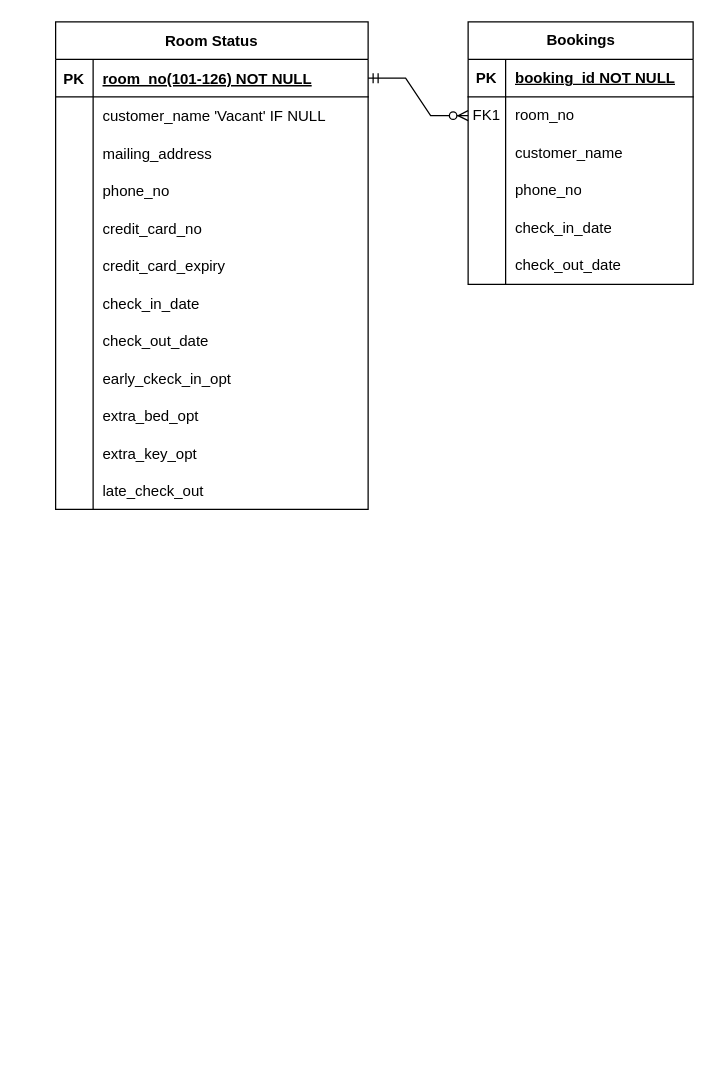
This is QAP4 SG8 Sleep-Tite Motel/SleepTiteERD.drawio from ZCollier-dev/keyin-qap4-zc, a draw.io file, before an edit. Source tidied: cells renumbered, new cells numbered last; positions are measured from the earlier drawing's top-left corner, leaving out a move shared by most shapes. Both pictures are drawn from the tidied source at 125%, with x=0, y=0 at pixel (55, 21).
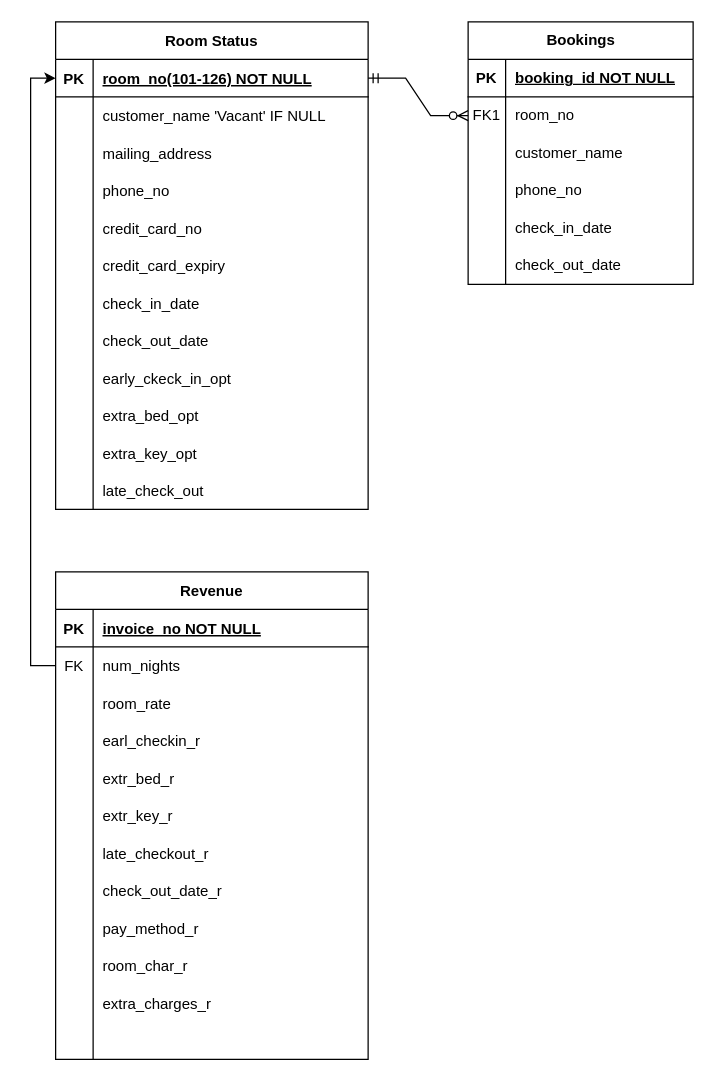
The same page after the edit.

The change refers to these unchanged cells:
```xml
<mxCell id="3" style="shape=partialRectangle;fillColor=none;points=[[0,0.5],[1,0.5]];portConstraint=eastwest;top=0;left=0;right=0;bottom=1;" parent="2" vertex="1">
  <mxGeometry y="30" width="250" height="30" as="geometry" />
</mxCell>
```

The edit, as a diff of the source:
```diff
@@
+    <mxCell id="59" value="Revenue" style="shape=table;startSize=30;childLayout=tableLayout;rowLines=0;fontStyle=1;align=center;" parent="1" vertex="1">
+      <mxGeometry y="440" width="250" height="390" as="geometry" />
+    </mxCell>
+    <mxCell id="60" style="shape=partialRectangle;fillColor=none;top=0;left=0;right=0;bottom=1;" parent="59" vertex="1">
+      <mxGeometry y="30" width="250" height="30" as="geometry" />
+    </mxCell>
+    <mxCell id="61" value="PK" style="shape=partialRectangle;overflow=hidden;fillColor=none;top=0;left=0;bottom=0;right=0;fontStyle=1;" parent="60" vertex="1">
+      <mxGeometry width="30" height="30" as="geometry" />
+    </mxCell>
+    <mxCell id="62" value="invoice_no NOT NULL" style="shape=partialRectangle;overflow=hidden;fillColor=none;top=0;left=0;bottom=0;right=0;align=left;spacingLeft=6;fontStyle=5;" parent="60" vertex="1">
+      <mxGeometry x="30" width="220" height="30" as="geometry" />
+    </mxCell>
+    <mxCell id="63" style="shape=partialRectangle;fillColor=none;points=[[0,0.5],[1,0.5]];portConstraint=eastwest;top=0;left=0;right=0;bottom=0;" parent="59" vertex="1">
+      <mxGeometry y="60" width="250" height="30" as="geometry" />
+    </mxCell>
+    <mxCell id="64" value="FK" style="shape=partialRectangle;overflow=hidden;fillColor=none;top=0;left=0;bottom=0;right=0;" parent="63" vertex="1">
+      <mxGeometry width="30" height="30" as="geometry" />
+    </mxCell>
+    <mxCell id="65" value="num_nights" style="shape=partialRectangle;overflow=hidden;fillColor=none;top=0;left=0;bottom=0;right=0;align=left;spacingLeft=6;" parent="63" vertex="1">
+      <mxGeometry x="30" width="220" height="30" as="geometry" />
+    </mxCell>
+    <mxCell id="66" style="shape=partialRectangle;fillColor=none;top=0;left=0;right=0;bottom=0;" parent="59" vertex="1">
+      <mxGeometry y="90" width="250" height="30" as="geometry" />
+    </mxCell>
+    <mxCell id="67" style="shape=partialRectangle;overflow=hidden;fillColor=none;top=0;left=0;bottom=0;right=0;" parent="66" vertex="1">
+      <mxGeometry width="30" height="30" as="geometry" />
+    </mxCell>
+    <mxCell id="68" value="room_rate" style="shape=partialRectangle;overflow=hidden;fillColor=none;top=0;left=0;bottom=0;right=0;align=left;spacingLeft=6;" parent="66" vertex="1">
+      <mxGeometry x="30" width="220" height="30" as="geometry" />
+    </mxCell>
+    <mxCell id="69" style="shape=partialRectangle;fillColor=none;top=0;left=0;right=0;bottom=0;" parent="59" vertex="1">
+      <mxGeometry y="120" width="250" height="30" as="geometry" />
+    </mxCell>
+    <mxCell id="70" style="shape=partialRectangle;overflow=hidden;fillColor=none;top=0;left=0;bottom=0;right=0;" parent="69" vertex="1">
+      <mxGeometry width="30" height="30" as="geometry" />
+    </mxCell>
+    <mxCell id="71" value="earl_checkin_r" style="shape=partialRectangle;overflow=hidden;fillColor=none;top=0;left=0;bottom=0;right=0;align=left;spacingLeft=6;" parent="69" vertex="1">
+      <mxGeometry x="30" width="220" height="30" as="geometry" />
+    </mxCell>
+    <mxCell id="72" style="shape=partialRectangle;fillColor=none;top=0;left=0;right=0;bottom=0;" parent="59" vertex="1">
+      <mxGeometry y="150" width="250" height="30" as="geometry" />
+    </mxCell>
+    <mxCell id="73" style="shape=partialRectangle;overflow=hidden;fillColor=none;top=0;left=0;bottom=0;right=0;" parent="72" vertex="1">
+      <mxGeometry width="30" height="30" as="geometry" />
+    </mxCell>
+    <mxCell id="74" value="extr_bed_r" style="shape=partialRectangle;overflow=hidden;fillColor=none;top=0;left=0;bottom=0;right=0;align=left;spacingLeft=6;" parent="72" vertex="1">
+      <mxGeometry x="30" width="220" height="30" as="geometry" />
+    </mxCell>
+    <mxCell id="75" style="shape=partialRectangle;fillColor=none;top=0;left=0;right=0;bottom=0;" parent="59" vertex="1">
+      <mxGeometry y="180" width="250" height="30" as="geometry" />
+    </mxCell>
+    <mxCell id="76" style="shape=partialRectangle;overflow=hidden;fillColor=none;top=0;left=0;bottom=0;right=0;" parent="75" vertex="1">
+      <mxGeometry width="30" height="30" as="geometry" />
+    </mxCell>
+    <mxCell id="77" value="extr_key_r" style="shape=partialRectangle;overflow=hidden;fillColor=none;top=0;left=0;bottom=0;right=0;align=left;spacingLeft=6;" parent="75" vertex="1">
+      <mxGeometry x="30" width="220" height="30" as="geometry" />
+    </mxCell>
+    <mxCell id="78" style="shape=partialRectangle;fillColor=none;top=0;left=0;right=0;bottom=0;" parent="59" vertex="1">
+      <mxGeometry y="210" width="250" height="30" as="geometry" />
+    </mxCell>
+    <mxCell id="79" style="shape=partialRectangle;overflow=hidden;fillColor=none;top=0;left=0;bottom=0;right=0;" parent="78" vertex="1">
+      <mxGeometry width="30" height="30" as="geometry" />
+    </mxCell>
+    <mxCell id="80" value="late_checkout_r" style="shape=partialRectangle;overflow=hidden;fillColor=none;top=0;left=0;bottom=0;right=0;align=left;spacingLeft=6;" parent="78" vertex="1">
+      <mxGeometry x="30" width="220" height="30" as="geometry" />
+    </mxCell>
+    <mxCell id="81" style="shape=partialRectangle;fillColor=none;top=0;left=0;right=0;bottom=0;" parent="59" vertex="1">
+      <mxGeometry y="240" width="250" height="30" as="geometry" />
+    </mxCell>
+    <mxCell id="82" style="shape=partialRectangle;overflow=hidden;fillColor=none;top=0;left=0;bottom=0;right=0;" parent="81" vertex="1">
+      <mxGeometry width="30" height="30" as="geometry" />
+    </mxCell>
+    <mxCell id="83" value="check_out_date_r" style="shape=partialRectangle;overflow=hidden;fillColor=none;top=0;left=0;bottom=0;right=0;align=left;spacingLeft=6;" parent="81" vertex="1">
+      <mxGeometry x="30" width="220" height="30" as="geometry" />
+    </mxCell>
+    <mxCell id="84" style="shape=partialRectangle;fillColor=none;top=0;left=0;right=0;bottom=0;" parent="59" vertex="1">
+      <mxGeometry y="270" width="250" height="30" as="geometry" />
+    </mxCell>
+    <mxCell id="85" style="shape=partialRectangle;overflow=hidden;fillColor=none;top=0;left=0;bottom=0;right=0;" parent="84" vertex="1">
+      <mxGeometry width="30" height="30" as="geometry" />
+    </mxCell>
+    <mxCell id="86" value="pay_method_r" style="shape=partialRectangle;overflow=hidden;fillColor=none;top=0;left=0;bottom=0;right=0;align=left;spacingLeft=6;" parent="84" vertex="1">
+      <mxGeometry x="30" width="220" height="30" as="geometry" />
+    </mxCell>
+    <mxCell id="87" style="shape=partialRectangle;fillColor=none;top=0;left=0;right=0;bottom=0;" parent="59" vertex="1">
+      <mxGeometry y="300" width="250" height="30" as="geometry" />
+    </mxCell>
+    <mxCell id="88" style="shape=partialRectangle;overflow=hidden;fillColor=none;top=0;left=0;bottom=0;right=0;" parent="87" vertex="1">
+      <mxGeometry width="30" height="30" as="geometry" />
+    </mxCell>
+    <mxCell id="89" value="room_char_r" style="shape=partialRectangle;overflow=hidden;fillColor=none;top=0;left=0;bottom=0;right=0;align=left;spacingLeft=6;" parent="87" vertex="1">
+      <mxGeometry x="30" width="220" height="30" as="geometry" />
+    </mxCell>
+    <mxCell id="90" style="shape=partialRectangle;fillColor=none;top=0;left=0;right=0;bottom=0;" parent="59" vertex="1">
+      <mxGeometry y="330" width="250" height="30" as="geometry" />
+    </mxCell>
+    <mxCell id="91" style="shape=partialRectangle;overflow=hidden;fillColor=none;top=0;left=0;bottom=0;right=0;" parent="90" vertex="1">
+      <mxGeometry width="30" height="30" as="geometry" />
+    </mxCell>
+    <mxCell id="92" value="extra_charges_r" style="shape=partialRectangle;overflow=hidden;fillColor=none;top=0;left=0;bottom=0;right=0;align=left;spacingLeft=6;" parent="90" vertex="1">
+      <mxGeometry x="30" width="220" height="30" as="geometry" />
+    </mxCell>
+    <mxCell id="93" style="shape=partialRectangle;fillColor=none;top=0;left=0;right=0;bottom=0;" parent="59" vertex="1">
+      <mxGeometry y="360" width="250" height="30" as="geometry" />
+    </mxCell>
+    <mxCell id="94" style="shape=partialRectangle;overflow=hidden;fillColor=none;top=0;left=0;bottom=0;right=0;" parent="93" vertex="1">
+      <mxGeometry width="30" height="30" as="geometry" />
+    </mxCell>
+    <mxCell id="95" style="shape=partialRectangle;overflow=hidden;fillColor=none;top=0;left=0;bottom=0;right=0;align=left;spacingLeft=6;" parent="93" vertex="1">
+      <mxGeometry x="30" width="220" height="30" as="geometry" />
+    </mxCell>
+    <mxCell id="96" style="edgeStyle=orthogonalEdgeStyle;rounded=0;jettySize=auto;html=1;entryX=0;entryY=0.5;entryDx=0;entryDy=0;" parent="1" edge="1" source="63" target="3">
+      <mxGeometry relative="1" as="geometry" />
+    </mxCell>
```
